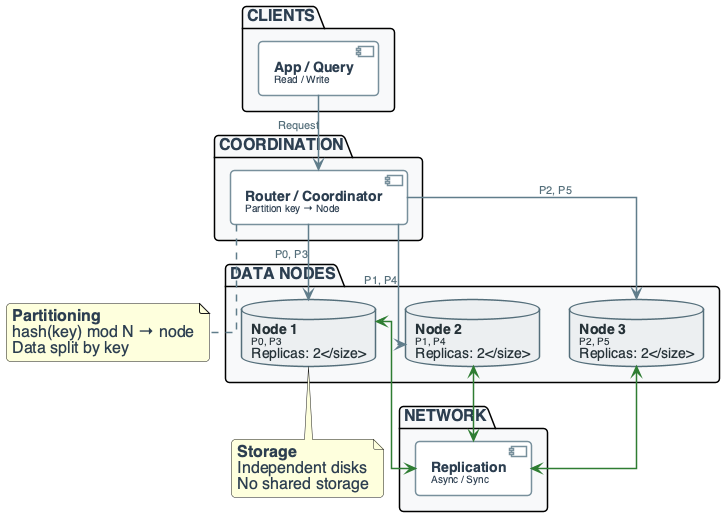
This is diagrams/week02/week2_lecture_slide14_system_overview.png from OrPerets/data-engineering-course, a PlantUML export, as it was before one commit. The source it was exported from:
```plantuml
@startuml

top to bottom direction
skinparam linetype ortho
skinparam shadowing false
skinparam roundcorner 8
skinparam handwritten false
skinparam nodesep 30
skinparam ranksep 40

skinparam defaultFontName "Segoe UI", "Helvetica", sans-serif
skinparam defaultFontSize 16
skinparam defaultFontColor #2C3E50

skinparam rectangle {
    BackgroundColor #F8F9FA
    BorderColor #90A4AE
    BorderThickness 2
    FontColor #263238
    FontSize 14
    FontStyle bold
    Padding 20
}

skinparam component {
    BackgroundColor #FFFFFF
    BorderColor #78909C
    BorderThickness 1.5
    FontSize 14
    Padding 12
}

skinparam database {
    BackgroundColor #ECEFF1
    BorderColor #546E7A
    BorderThickness 1.5
    FontSize 14
    FontColor #263238
}

skinparam arrow {
    Color #607D8B
    Thickness 1.5
    FontSize 11
    FontColor #546E7A
}

skinparam component<<UI>> {
    BorderColor #8E24AA
    BackgroundColor #F3E5F5
    FontColor #4A148C
}

skinparam component<<Agent>> {
    BorderColor #0288D1
    BackgroundColor #E1F5FE
    FontColor #01579B
}

skinparam component<<Tool>> {
    BorderColor #2E7D32
    BackgroundColor #E8F5E9
    FontColor #1B5E20
}

skinparam component<<Config>> {
    BorderColor #F57C00
    BackgroundColor #FFF3E0
    FontColor #E65100
}


package "CLIENTS" #F8F9FA {
    component "**App / Query**\n<size:10>Read / Write</size>" as CLIENT
}

package "COORDINATION" #F8F9FA {
    component "**Router / Coordinator**\n<size:10>Partition key → Node</size>" as ROUTER
}

package "DATA NODES" #F8F9FA {
    database "**Node 1**\n<size:10>P0, P3\nReplicas: 2</size>" as N1
    database "**Node 2**\n<size:10>P1, P4\nReplicas: 2</size>" as N2
    database "**Node 3**\n<size:10>P2, P5\nReplicas: 2</size>" as N3
}

package "NETWORK" #F8F9FA {
    component "**Replication**\n<size:10>Async / Sync</size>" as REPL
}

CLIENT --> ROUTER : "Request"
ROUTER --> N1 : "P0, P3"
ROUTER --> N2 : "P1, P4"
ROUTER --> N3 : "P2, P5"
N1 <-[#2E7D32]-> REPL
N2 <-[#2E7D32]-> REPL
N3 <-[#2E7D32]-> REPL

note bottom of ROUTER
  **Partitioning**
  hash(key) mod N → node
  Data split by key
end note

note bottom of N1
  **Storage**
  Independent disks
  No shared storage
end note

@enduml
```
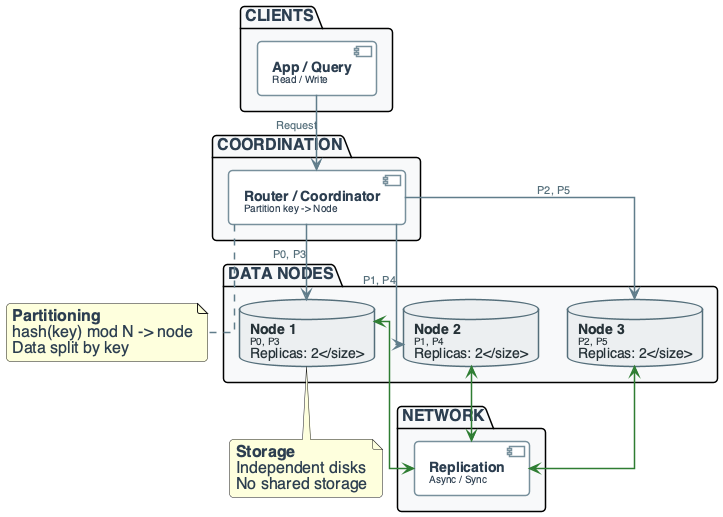
The same diagram one commit later.

What changed in the source:
```diff
@@ -8,7 +8,7 @@
 skinparam nodesep 30
 skinparam ranksep 40
 
-skinparam defaultFontName "Segoe UI", "Helvetica", sans-serif
+skinparam defaultFontName "Segoe UI, Helvetica, sans-serif"
 skinparam defaultFontSize 16
 skinparam defaultFontColor #2C3E50
 
@@ -69,13 +69,61 @@
     FontColor #E65100
 }
 
+skinparam component<<Bad>> {
+    BorderColor #C62828
+    BackgroundColor #FFEBEE
+    FontColor #B71C1C
+}
+
+skinparam component<<V1>> {
+    BorderColor #F57C00
+    BackgroundColor #FFF3E0
+    FontColor #E65100
+}
+
+skinparam component<<V2>> {
+    BorderColor #2E7D32
+    BackgroundColor #E8F5E9
+    FontColor #1B5E20
+}
+
+skinparam component<<up>> {
+    BackgroundColor #E8F5E9
+    BorderColor #2E7D32
+}
+
+skinparam component<<down>> {
+    BackgroundColor #FFEBEE
+    BorderColor #C62828
+}
+
+skinparam database<<up>> {
+    BackgroundColor #E8F5E9
+    BorderColor #2E7D32
+}
+
+skinparam database<<down>> {
+    BackgroundColor #FFEBEE
+    BorderColor #C62828
+}
+
+skinparam component<<success>> {
+    BackgroundColor #E8F5E9
+    BorderColor #2E7D32
+}
+
+skinparam component<<failure>> {
+    BackgroundColor #FFEBEE
+    BorderColor #C62828
+}
+
 
 package "CLIENTS" #F8F9FA {
     component "**App / Query**\n<size:10>Read / Write</size>" as CLIENT
 }
 
 package "COORDINATION" #F8F9FA {
-    component "**Router / Coordinator**\n<size:10>Partition key → Node</size>" as ROUTER
+    component "**Router / Coordinator**\n<size:10>Partition key -> Node</size>" as ROUTER
 }
 
 package "DATA NODES" #F8F9FA {
@@ -98,7 +146,7 @@
 
 note bottom of ROUTER
   **Partitioning**
-  hash(key) mod N → node
+  hash(key) mod N -> node
   Data split by key
 end note
 
```
